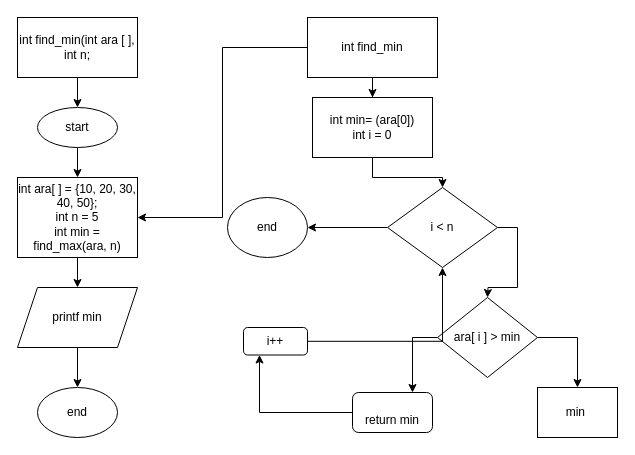
Earlier version of the draw.io diagram array_function_min.drawio (tanhadiya/expert-robot). Source tidied: cells renumbered, new cells numbered last; positions are measured from the earlier drawing's top-left corner, leaving out a move shared by most shapes. Both pictures are drawn from the tidied source at 100%, with x=0, y=0 at pixel (17, 17).
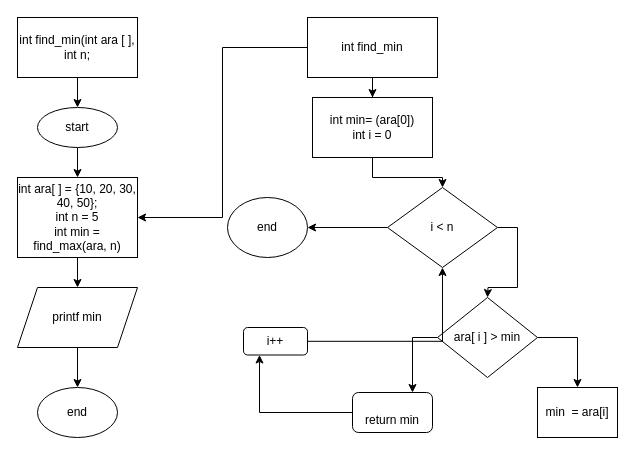
The same diagram, later.

The edit, as a diff of the source:
```diff
@@
-    <mxCell id="27" value="min&amp;nbsp;" style="rounded=0;whiteSpace=wrap;html=1;" parent="1" vertex="1">
+    <mxCell id="27" value="min&amp;nbsp; = ara[i]" style="rounded=0;whiteSpace=wrap;html=1;" parent="1" vertex="1">
       <mxGeometry x="520" y="370" width="80" height="50" as="geometry" />
     </mxCell>
```
